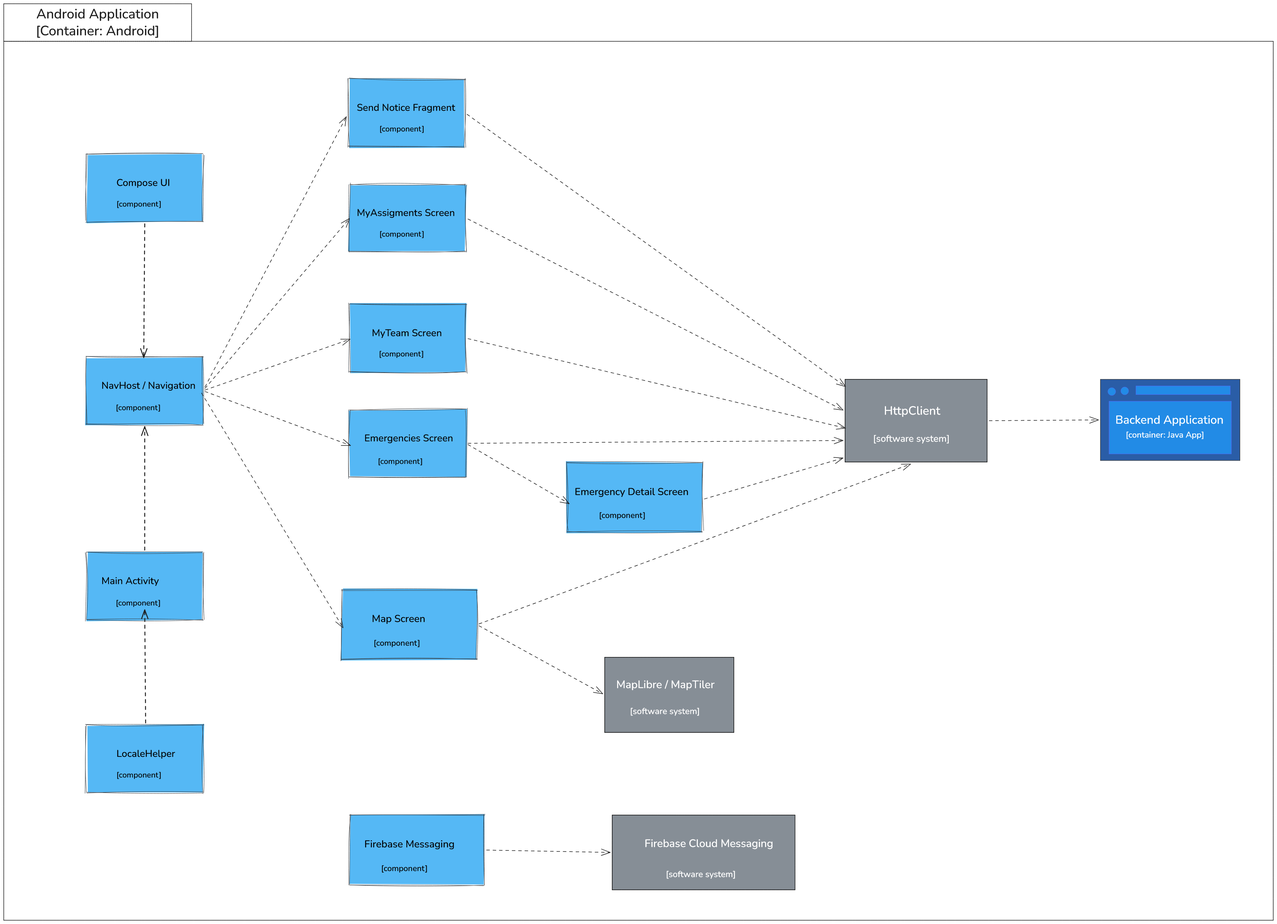
Earlier version of the Excalidraw export Docs/memoria/imaxes/c4/c4_container_android.png (zenoma/emergency-management-app). Source tidied: one line per element, renumbered; positions are measured from the earlier drawing's top-left corner, leaving out a move shared by most shapes.
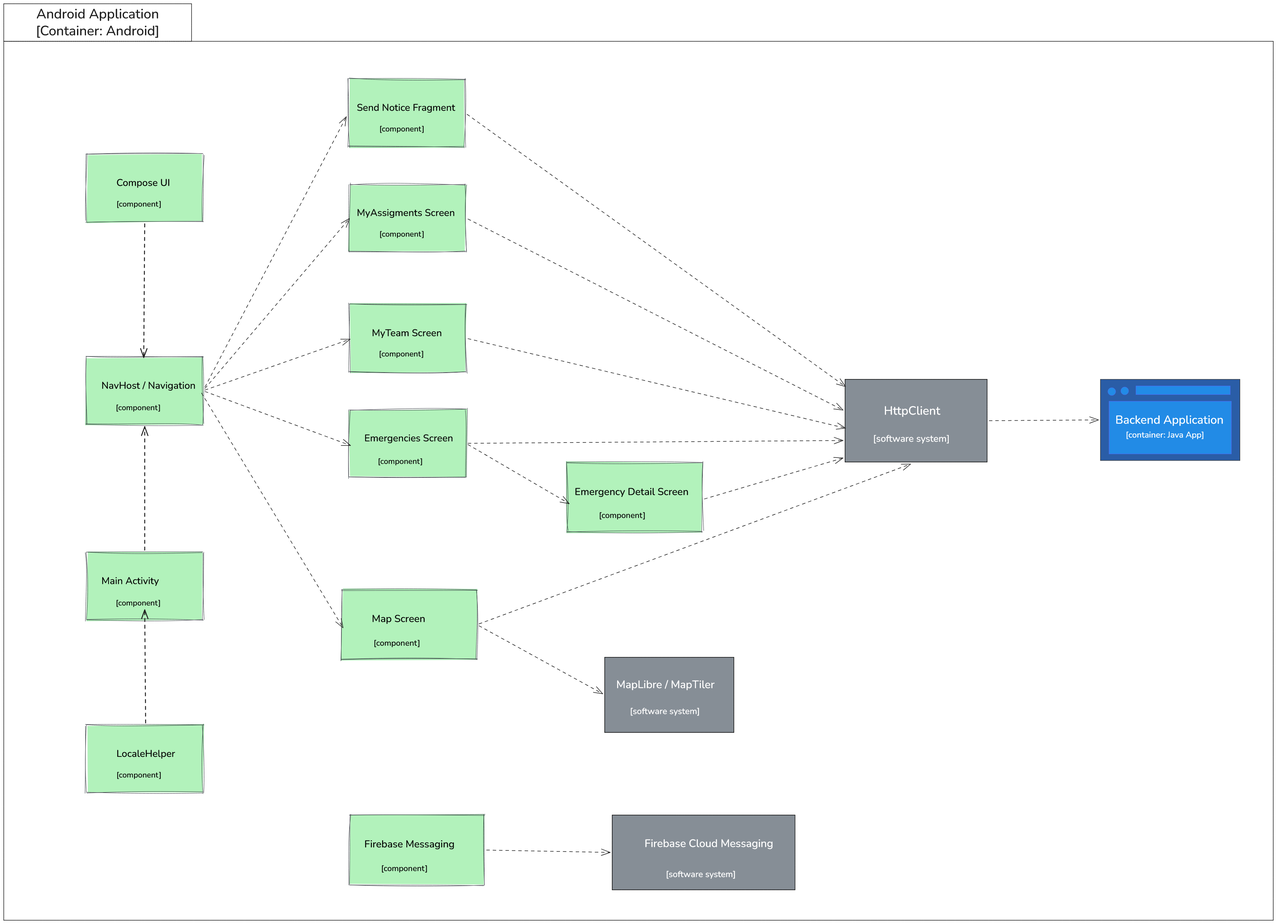
Later version of the same file.

The edit, as a diff of the source:
```diff
@@ -1,21 +1,21 @@
 {"id": 0, "type": "rectangle", "strokeColor": "#1e1e1e", "backgroundColor": "#ffffff", "fillStyle": "cross-hatch", "strokeWidth": 1, "roughness": 0, "x": 0, "y": 100, "width": 3380, "height": 2340}
-{"id": 1, "type": "rectangle", "strokeColor": "#343a40", "backgroundColor": "#55b8f5", "fillStyle": "solid", "strokeWidth": 1, "roughness": 2, "x": 918, "y": 200, "width": 311, "height": 181}
+{"id": 1, "type": "rectangle", "strokeColor": "#343a40", "backgroundColor": "#b2f2bb", "fillStyle": "solid", "strokeWidth": 1, "roughness": 2, "x": 918, "y": 200, "width": 311, "height": 181}
-{"id": 2, "type": "text", "text": "Send Notice Fragment", "strokeColor": "#000000", "backgroundColor": "#55b8f5", "fillStyle": "solid", "strokeWidth": 1, "roughness": 1, "fontSize": 25.99, "fontFamily": 6, "x": 940, "y": 260, "width": 262, "height": 32}
+{"id": 2, "type": "text", "text": "Send Notice Fragment", "strokeColor": "#000000", "backgroundColor": "#b2f2bb", "fillStyle": "solid", "strokeWidth": 1, "roughness": 1, "fontSize": 25.99, "fontFamily": 6, "x": 940, "y": 260, "width": 262, "height": 32}
-{"id": 3, "type": "text", "text": "[component]", "strokeColor": "#000000", "backgroundColor": "#55b8f5", "fillStyle": "solid", "strokeWidth": 1, "roughness": 1, "fontSize": 20.79, "fontFamily": 6, "textAlign": "center", "x": 1000, "y": 320, "width": 120, "height": 26}
+{"id": 3, "type": "text", "text": "[component]", "strokeColor": "#000000", "backgroundColor": "#b2f2bb", "fillStyle": "solid", "strokeWidth": 1, "roughness": 1, "fontSize": 20.79, "fontFamily": 6, "textAlign": "center", "x": 1000, "y": 320, "width": 120, "height": 26}
-{"id": 4, "type": "rectangle", "strokeColor": "#343a40", "backgroundColor": "#55b8f5", "fillStyle": "solid", "strokeWidth": 1, "roughness": 2, "x": 920, "y": 480, "width": 311, "height": 181}
+{"id": 4, "type": "rectangle", "strokeColor": "#343a40", "backgroundColor": "#b2f2bb", "fillStyle": "solid", "strokeWidth": 1, "roughness": 2, "x": 920, "y": 480, "width": 311, "height": 181}
-{"id": 5, "type": "text", "text": "[component]", "strokeColor": "#000000", "backgroundColor": "#55b8f5", "fillStyle": "solid", "strokeWidth": 1, "roughness": 1, "fontSize": 20.79, "fontFamily": 6, "textAlign": "center", "x": 1000, "y": 600, "width": 120, "height": 26}
+{"id": 5, "type": "text", "text": "[component]", "strokeColor": "#000000", "backgroundColor": "#b2f2bb", "fillStyle": "solid", "strokeWidth": 1, "roughness": 1, "fontSize": 20.79, "fontFamily": 6, "textAlign": "center", "x": 1000, "y": 600, "width": 120, "height": 26}
-{"id": 6, "type": "rectangle", "strokeColor": "#343a40", "backgroundColor": "#55b8f5", "fillStyle": "solid", "strokeWidth": 1, "roughness": 2, "x": 1500, "y": 1220, "width": 360, "height": 186}
+{"id": 6, "type": "rectangle", "strokeColor": "#343a40", "backgroundColor": "#b2f2bb", "fillStyle": "solid", "strokeWidth": 1, "roughness": 2, "x": 1500, "y": 1220, "width": 360, "height": 186}
-{"id": 7, "type": "text", "text": "Emergency Detail Screen", "strokeColor": "#000000", "backgroundColor": "#55b8f5", "fillStyle": "solid", "strokeWidth": 1, "roughness": 1, "fontSize": 26.78, "fontFamily": 6, "x": 1520, "y": 1283, "width": 317, "height": 33}
+{"id": 7, "type": "text", "text": "Emergency Detail Screen", "strokeColor": "#000000", "backgroundColor": "#b2f2bb", "fillStyle": "solid", "strokeWidth": 1, "roughness": 1, "fontSize": 26.78, "fontFamily": 6, "x": 1520, "y": 1283, "width": 317, "height": 33}
-{"id": 8, "type": "text", "text": "[component]", "strokeColor": "#000000", "backgroundColor": "#55b8f5", "fillStyle": "solid", "strokeWidth": 1, "roughness": 1, "fontSize": 21.42, "fontFamily": 6, "textAlign": "center", "x": 1585, "y": 1348, "width": 123, "height": 27}
+{"id": 8, "type": "text", "text": "[component]", "strokeColor": "#000000", "backgroundColor": "#b2f2bb", "fillStyle": "solid", "strokeWidth": 1, "roughness": 1, "fontSize": 21.42, "fontFamily": 6, "textAlign": "center", "x": 1585, "y": 1348, "width": 123, "height": 27}
-{"id": 9, "type": "rectangle", "strokeColor": "#343a40", "backgroundColor": "#55b8f5", "fillStyle": "solid", "strokeWidth": 1, "roughness": 2, "x": 920, "y": 1080, "width": 311, "height": 181}
+{"id": 9, "type": "rectangle", "strokeColor": "#343a40", "backgroundColor": "#b2f2bb", "fillStyle": "solid", "strokeWidth": 1, "roughness": 2, "x": 920, "y": 1080, "width": 311, "height": 181}
-{"id": 10, "type": "text", "text": "Emergencies Screen", "strokeColor": "#000000", "backgroundColor": "#55b8f5", "fillStyle": "solid", "strokeWidth": 1, "roughness": 1, "fontSize": 25.99, "fontFamily": 6, "x": 960, "y": 1140, "width": 236, "height": 32}
+{"id": 10, "type": "text", "text": "Emergencies Screen", "strokeColor": "#000000", "backgroundColor": "#b2f2bb", "fillStyle": "solid", "strokeWidth": 1, "roughness": 1, "fontSize": 25.99, "fontFamily": 6, "x": 960, "y": 1140, "width": 236, "height": 32}
-{"id": 11, "type": "text", "text": "[component]", "strokeColor": "#000000", "backgroundColor": "#55b8f5", "fillStyle": "solid", "strokeWidth": 1, "roughness": 1, "fontSize": 20.79, "fontFamily": 6, "textAlign": "center", "x": 996, "y": 1205, "width": 120, "height": 26}
+{"id": 11, "type": "text", "text": "[component]", "strokeColor": "#000000", "backgroundColor": "#b2f2bb", "fillStyle": "solid", "strokeWidth": 1, "roughness": 1, "fontSize": 20.79, "fontFamily": 6, "textAlign": "center", "x": 996, "y": 1205, "width": 120, "height": 26}
-{"id": 12, "type": "rectangle", "strokeColor": "#343a40", "backgroundColor": "#55b8f5", "fillStyle": "solid", "strokeWidth": 1, "roughness": 2, "x": 920, "y": 800, "width": 311, "height": 181}
+{"id": 12, "type": "rectangle", "strokeColor": "#343a40", "backgroundColor": "#b2f2bb", "fillStyle": "solid", "strokeWidth": 1, "roughness": 2, "x": 920, "y": 800, "width": 311, "height": 181}
-{"id": 13, "type": "text", "text": "[component]", "strokeColor": "#000000", "backgroundColor": "#55b8f5", "fillStyle": "solid", "strokeWidth": 1, "roughness": 1, "fontSize": 20.79, "fontFamily": 6, "textAlign": "center", "x": 999, "y": 919, "width": 120, "height": 26}
+{"id": 13, "type": "text", "text": "[component]", "strokeColor": "#000000", "backgroundColor": "#b2f2bb", "fillStyle": "solid", "strokeWidth": 1, "roughness": 1, "fontSize": 20.79, "fontFamily": 6, "textAlign": "center", "x": 999, "y": 919, "width": 120, "height": 26}
-{"id": 14, "type": "rectangle", "strokeColor": "#343a40", "backgroundColor": "#55b8f5", "fillStyle": "solid", "strokeWidth": 1, "roughness": 2, "x": 220, "y": 400, "width": 311, "height": 181}
+{"id": 14, "type": "rectangle", "strokeColor": "#343a40", "backgroundColor": "#b2f2bb", "fillStyle": "solid", "strokeWidth": 1, "roughness": 2, "x": 220, "y": 400, "width": 311, "height": 181}
-{"id": 15, "type": "text", "text": "Compose UI", "strokeColor": "#000000", "backgroundColor": "#55b8f5", "fillStyle": "solid", "strokeWidth": 1, "roughness": 1, "fontSize": 25.99, "fontFamily": 6, "x": 300, "y": 460, "width": 142, "height": 32}
+{"id": 15, "type": "text", "text": "Compose UI", "strokeColor": "#000000", "backgroundColor": "#b2f2bb", "fillStyle": "solid", "strokeWidth": 1, "roughness": 1, "fontSize": 25.99, "fontFamily": 6, "x": 300, "y": 460, "width": 142, "height": 32}
-{"id": 16, "type": "text", "text": "[component]", "strokeColor": "#000000", "backgroundColor": "#55b8f5", "fillStyle": "solid", "strokeWidth": 1, "roughness": 1, "fontSize": 20.79, "fontFamily": 6, "textAlign": "center", "x": 300, "y": 520, "width": 120, "height": 26}
+{"id": 16, "type": "text", "text": "[component]", "strokeColor": "#000000", "backgroundColor": "#b2f2bb", "fillStyle": "solid", "strokeWidth": 1, "roughness": 1, "fontSize": 20.79, "fontFamily": 6, "textAlign": "center", "x": 300, "y": 520, "width": 120, "height": 26}
-{"id": 17, "type": "rectangle", "strokeColor": "#343a40", "backgroundColor": "#55b8f5", "fillStyle": "solid", "strokeWidth": 1, "roughness": 2, "x": 220, "y": 940, "width": 311, "height": 181}
+{"id": 17, "type": "rectangle", "strokeColor": "#343a40", "backgroundColor": "#b2f2bb", "fillStyle": "solid", "strokeWidth": 1, "roughness": 2, "x": 220, "y": 940, "width": 311, "height": 181}
-{"id": 18, "type": "text", "text": "NavHost / Navigation", "strokeColor": "#000000", "backgroundColor": "#55b8f5", "fillStyle": "solid", "strokeWidth": 1, "roughness": 1, "fontSize": 25.99, "fontFamily": 6, "x": 260, "y": 1000, "width": 251, "height": 32}
+{"id": 18, "type": "text", "text": "NavHost / Navigation", "strokeColor": "#000000", "backgroundColor": "#b2f2bb", "fillStyle": "solid", "strokeWidth": 1, "roughness": 1, "fontSize": 25.99, "fontFamily": 6, "x": 260, "y": 1000, "width": 251, "height": 32}
-{"id": 19, "type": "text", "text": "[component]", "strokeColor": "#000000", "backgroundColor": "#55b8f5", "fillStyle": "solid", "strokeWidth": 1, "roughness": 1, "fontSize": 20.79, "fontFamily": 6, "textAlign": "center", "x": 298, "y": 1062, "width": 120, "height": 26}
+{"id": 19, "type": "text", "text": "[component]", "strokeColor": "#000000", "backgroundColor": "#b2f2bb", "fillStyle": "solid", "strokeWidth": 1, "roughness": 1, "fontSize": 20.79, "fontFamily": 6, "textAlign": "center", "x": 298, "y": 1062, "width": 120, "height": 26}
 {"id": 20, "type": "arrow", "strokeColor": "#1e1e1e", "strokeWidth": 2, "strokeStyle": "dashed", "roughness": 0, "endArrowhead": "arrow", "from": 14, "to": 17, "x": 375, "y": 586, "width": 3, "height": 356, "points": [[0, 0], [-3, 356]]}
@@ -25,3 +25,3 @@
 {"id": 24, "type": "arrow", "strokeColor": "#1e1e1e", "strokeWidth": 1, "strokeStyle": "dashed", "roughness": 0, "endArrowhead": "arrow", "from": 17, "to": 9, "x": 536, "y": 1032, "width": 387, "height": 144, "points": [[0, 0], [387, 144]]}
-{"id": 25, "type": "arrow", "strokeColor": "#1e1e1e", "strokeWidth": 1, "strokeStyle": "dashed", "roughness": 0, "endArrowhead": "arrow", "from": 9, "to": 6, "x": 1236, "y": 1174, "width": 269, "height": 157, "points": [[0, 0], [269, 157]]}
+{"id": 25, "type": "arrow", "strokeColor": "#1e1e1e", "backgroundColor": "#b2f2bb", "fillStyle": "cross-hatch", "strokeWidth": 1, "strokeStyle": "dashed", "roughness": 0, "endArrowhead": "arrow", "from": 9, "to": 6, "x": 1236, "y": 1174, "width": 269, "height": 157, "points": [[0, 0], [269, 157]]}
 {"id": 26, "type": "rectangle", "strokeColor": "#1e1e1e", "backgroundColor": "#ffffff", "fillStyle": "cross-hatch", "strokeWidth": 1, "roughness": 0, "x": 0, "y": 0, "width": 500, "height": 100}
@@ -35,16 +35,16 @@
 {"id": 34, "type": "text", "text": "[container: Java App]", "strokeColor": "#fff", "backgroundColor": "#55b8f5", "fillStyle": "solid", "strokeWidth": 1, "roughness": 0, "fontSize": 22.22, "fontFamily": 6, "textAlign": "center", "x": 2987, "y": 1133, "width": 209, "height": 28}
-{"id": 35, "type": "rectangle", "strokeColor": "#343a40", "backgroundColor": "#55b8f5", "fillStyle": "solid", "strokeWidth": 1, "roughness": 2, "x": 900, "y": 1560, "width": 360, "height": 186}
+{"id": 35, "type": "rectangle", "strokeColor": "#343a40", "backgroundColor": "#b2f2bb", "fillStyle": "solid", "strokeWidth": 1, "roughness": 2, "x": 900, "y": 1560, "width": 360, "height": 186}
-{"id": 36, "type": "text", "text": "Map Screen", "strokeColor": "#000000", "backgroundColor": "#55b8f5", "fillStyle": "solid", "strokeWidth": 1, "roughness": 1, "fontSize": 26.78, "fontFamily": 6, "x": 980, "y": 1620, "width": 160, "height": 33}
+{"id": 36, "type": "text", "text": "Map Screen", "strokeColor": "#000000", "backgroundColor": "#b2f2bb", "fillStyle": "solid", "strokeWidth": 1, "roughness": 1, "fontSize": 26.78, "fontFamily": 6, "x": 980, "y": 1620, "width": 160, "height": 33}
-{"id": 37, "type": "text", "text": "[component]", "strokeColor": "#000000", "backgroundColor": "#55b8f5", "fillStyle": "solid", "strokeWidth": 1, "roughness": 1, "fontSize": 21.42, "fontFamily": 6, "textAlign": "center", "x": 985, "y": 1688, "width": 123, "height": 27}
+{"id": 37, "type": "text", "text": "[component]", "strokeColor": "#000000", "backgroundColor": "#b2f2bb", "fillStyle": "solid", "strokeWidth": 1, "roughness": 1, "fontSize": 21.42, "fontFamily": 6, "textAlign": "center", "x": 985, "y": 1688, "width": 123, "height": 27}
 {"id": 38, "type": "arrow", "strokeColor": "#1e1e1e", "strokeWidth": 1, "strokeStyle": "dashed", "roughness": 0, "endArrowhead": "arrow", "from": 17, "to": 35, "x": 527, "y": 1037, "width": 377, "height": 625, "points": [[0, 0], [377, 625]]}
-{"id": 39, "type": "rectangle", "strokeColor": "#343a40", "backgroundColor": "#55b8f5", "fillStyle": "solid", "strokeWidth": 1, "roughness": 2, "x": 220, "y": 1920, "width": 311, "height": 181}
+{"id": 39, "type": "rectangle", "strokeColor": "#343a40", "backgroundColor": "#b2f2bb", "fillStyle": "solid", "strokeWidth": 1, "roughness": 2, "x": 220, "y": 1920, "width": 311, "height": 181}
-{"id": 40, "type": "text", "text": "LocaleHelper", "strokeColor": "#000000", "backgroundColor": "#55b8f5", "fillStyle": "solid", "strokeWidth": 1, "roughness": 1, "fontSize": 25.99, "fontFamily": 6, "x": 300, "y": 1980, "width": 156, "height": 32}
+{"id": 40, "type": "text", "text": "LocaleHelper", "strokeColor": "#000000", "backgroundColor": "#b2f2bb", "fillStyle": "solid", "strokeWidth": 1, "roughness": 1, "fontSize": 25.99, "fontFamily": 6, "x": 300, "y": 1980, "width": 156, "height": 32}
-{"id": 41, "type": "text", "text": "[component]", "strokeColor": "#000000", "backgroundColor": "#55b8f5", "fillStyle": "solid", "strokeWidth": 1, "roughness": 1, "fontSize": 20.79, "fontFamily": 6, "textAlign": "center", "x": 300, "y": 2040, "width": 120, "height": 26}
+{"id": 41, "type": "text", "text": "[component]", "strokeColor": "#000000", "backgroundColor": "#b2f2bb", "fillStyle": "solid", "strokeWidth": 1, "roughness": 1, "fontSize": 20.79, "fontFamily": 6, "textAlign": "center", "x": 300, "y": 2040, "width": 120, "height": 26}
-{"id": 42, "type": "rectangle", "strokeColor": "#343a40", "backgroundColor": "#55b8f5", "fillStyle": "solid", "strokeWidth": 1, "roughness": 2, "x": 220, "y": 1460, "width": 311, "height": 181}
+{"id": 42, "type": "rectangle", "strokeColor": "#343a40", "backgroundColor": "#b2f2bb", "fillStyle": "solid", "strokeWidth": 1, "roughness": 2, "x": 220, "y": 1460, "width": 311, "height": 181}
-{"id": 43, "type": "text", "text": "Main Activity", "strokeColor": "#000000", "backgroundColor": "#55b8f5", "fillStyle": "solid", "strokeWidth": 1, "roughness": 1, "fontSize": 25.99, "fontFamily": 6, "x": 260, "y": 1520, "width": 153, "height": 32}
+{"id": 43, "type": "text", "text": "Main Activity", "strokeColor": "#000000", "backgroundColor": "#b2f2bb", "fillStyle": "solid", "strokeWidth": 1, "roughness": 1, "fontSize": 25.99, "fontFamily": 6, "x": 260, "y": 1520, "width": 153, "height": 32}
-{"id": 44, "type": "text", "text": "[component]", "strokeColor": "#000000", "backgroundColor": "#55b8f5", "fillStyle": "solid", "strokeWidth": 1, "roughness": 1, "fontSize": 20.79, "fontFamily": 6, "textAlign": "center", "x": 298, "y": 1582, "width": 120, "height": 26}
+{"id": 44, "type": "text", "text": "[component]", "strokeColor": "#000000", "backgroundColor": "#b2f2bb", "fillStyle": "solid", "strokeWidth": 1, "roughness": 1, "fontSize": 20.79, "fontFamily": 6, "textAlign": "center", "x": 298, "y": 1582, "width": 120, "height": 26}
-{"id": 45, "type": "arrow", "strokeColor": "#1e1e1e", "strokeWidth": 2, "strokeStyle": "dashed", "roughness": 0, "endArrowhead": "arrow", "from": 39, "to": 44, "x": 378, "y": 1914, "width": 2, "height": 301, "points": [[0, 0], [-2, -301]]}
+{"id": 45, "type": "arrow", "strokeColor": "#1e1e1e", "backgroundColor": "#b2f2bb", "fillStyle": "solid", "strokeWidth": 2, "strokeStyle": "dashed", "roughness": 0, "endArrowhead": "arrow", "from": 39, "to": 44, "x": 378, "y": 1914, "width": 2, "height": 301, "points": [[0, 0], [-2, -301]]}
 {"id": 46, "type": "arrow", "strokeColor": "#1e1e1e", "strokeWidth": 2, "strokeStyle": "dashed", "roughness": 0, "endArrowhead": "arrow", "from": 42, "to": 17, "x": 375, "y": 1454, "width": 0, "height": 328, "points": [[0, 0], [0, -328]]}
-{"id": 47, "type": "text", "text": "MyAssigments Screen", "strokeColor": "#000000", "backgroundColor": "#55b8f5", "fillStyle": "solid", "strokeWidth": 1, "roughness": 1, "fontSize": 25.99, "fontFamily": 6, "x": 940, "y": 540, "width": 261, "height": 32}
+{"id": 47, "type": "text", "text": "MyAssigments Screen", "strokeColor": "#000000", "backgroundColor": "#b2f2bb", "fillStyle": "solid", "strokeWidth": 1, "roughness": 1, "fontSize": 25.99, "fontFamily": 6, "x": 940, "y": 540, "width": 261, "height": 32}
-{"id": 48, "type": "text", "text": "MyTeam Screen", "strokeColor": "#000000", "backgroundColor": "#55b8f5", "fillStyle": "solid", "strokeWidth": 1, "roughness": 1, "fontSize": 25.99, "fontFamily": 6, "x": 980, "y": 860, "width": 187, "height": 32}
+{"id": 48, "type": "text", "text": "MyTeam Screen", "strokeColor": "#000000", "backgroundColor": "#b2f2bb", "fillStyle": "solid", "strokeWidth": 1, "roughness": 1, "fontSize": 25.99, "fontFamily": 6, "x": 980, "y": 860, "width": 187, "height": 32}
 {"id": 49, "type": "rectangle", "strokeColor": "#000000", "backgroundColor": "#868e96", "fillStyle": "solid", "strokeWidth": 1, "roughness": 0, "x": 2240, "y": 1000, "width": 378, "height": 220}
@@ -52,5 +52,5 @@
 {"id": 51, "type": "text", "text": "[software system]", "strokeColor": "#fff", "backgroundColor": "#55b8f5", "fillStyle": "solid", "strokeWidth": 1, "roughness": 0, "fontSize": 25.32, "fontFamily": 6, "textAlign": "center", "x": 2314, "y": 1142, "width": 205, "height": 32}
-{"id": 52, "type": "rectangle", "strokeColor": "#343a40", "backgroundColor": "#55b8f5", "fillStyle": "solid", "strokeWidth": 1, "roughness": 2, "x": 920, "y": 2160, "width": 360, "height": 186}
+{"id": 52, "type": "rectangle", "strokeColor": "#343a40", "backgroundColor": "#b2f2bb", "fillStyle": "solid", "strokeWidth": 1, "roughness": 2, "x": 920, "y": 2160, "width": 360, "height": 186}
-{"id": 53, "type": "text", "text": "Firebase Messaging", "strokeColor": "#000000", "backgroundColor": "#55b8f5", "fillStyle": "solid", "strokeWidth": 1, "roughness": 1, "fontSize": 26.78, "fontFamily": 6, "x": 960, "y": 2220, "width": 280, "height": 33}
+{"id": 53, "type": "text", "text": "Firebase Messaging", "strokeColor": "#000000", "backgroundColor": "#b2f2bb", "fillStyle": "solid", "strokeWidth": 1, "roughness": 1, "fontSize": 26.78, "fontFamily": 6, "x": 960, "y": 2220, "width": 280, "height": 33}
-{"id": 54, "type": "text", "text": "[component]", "strokeColor": "#000000", "backgroundColor": "#55b8f5", "fillStyle": "solid", "strokeWidth": 1, "roughness": 1, "fontSize": 21.42, "fontFamily": 6, "textAlign": "center", "x": 1005, "y": 2288, "width": 123, "height": 27}
+{"id": 54, "type": "text", "text": "[component]", "strokeColor": "#000000", "backgroundColor": "#b2f2bb", "fillStyle": "solid", "strokeWidth": 1, "roughness": 1, "fontSize": 21.42, "fontFamily": 6, "textAlign": "center", "x": 1005, "y": 2288, "width": 123, "height": 27}
 {"id": 55, "type": "rectangle", "strokeColor": "#000000", "backgroundColor": "#868e96", "fillStyle": "solid", "strokeWidth": 1, "roughness": 0, "x": 1620, "y": 2160, "width": 487, "height": 199}
@@ -61,4 +61,4 @@
 {"id": 60, "type": "text", "text": "[software system]", "strokeColor": "#fff", "backgroundColor": "#55b8f5", "fillStyle": "solid", "strokeWidth": 1, "roughness": 0, "fontSize": 23.02, "fontFamily": 6, "textAlign": "center", "x": 1667, "y": 1869, "width": 186, "height": 29}
-{"id": 61, "type": "arrow", "strokeColor": "#1e1e1e", "strokeWidth": 1, "strokeStyle": "dashed", "roughness": 0, "endArrowhead": "arrow", "from": 35, "to": 58, "x": 1266, "y": 1656, "width": 329, "height": 181, "points": [[0, 0], [329, 181]]}
+{"id": 61, "type": "arrow", "strokeColor": "#1e1e1e", "strokeWidth": 1, "strokeStyle": "dashed", "roughness": 0, "endArrowhead": "arrow", "from": 35, "to": 58, "x": 1265, "y": 1656, "width": 329, "height": 181, "points": [[0, 0], [329, 181]]}
-{"id": 62, "type": "arrow", "strokeColor": "#1e1e1e", "strokeWidth": 1, "strokeStyle": "dashed", "roughness": 0, "endArrowhead": "arrow", "from": 52, "to": 55, "x": 1285, "y": 2253, "width": 329, "height": 6, "points": [[0, 0], [329, 6]]}
+{"id": 62, "type": "arrow", "strokeColor": "#1e1e1e", "strokeWidth": 1, "strokeStyle": "dashed", "roughness": 0, "endArrowhead": "arrow", "from": 52, "to": 55, "x": 1286, "y": 2253, "width": 329, "height": 6, "points": [[0, 0], [329, 6]]}
 {"id": 63, "type": "arrow", "strokeColor": "#1e1e1e", "backgroundColor": "#ffffff", "fillStyle": "cross-hatch", "strokeWidth": 1, "strokeStyle": "dashed", "roughness": 0, "endArrowhead": "arrow", "from": 1, "to": 49, "x": 1234, "y": 294, "width": 1007, "height": 725, "points": [[0, 0], [1007, 725]]}
```
